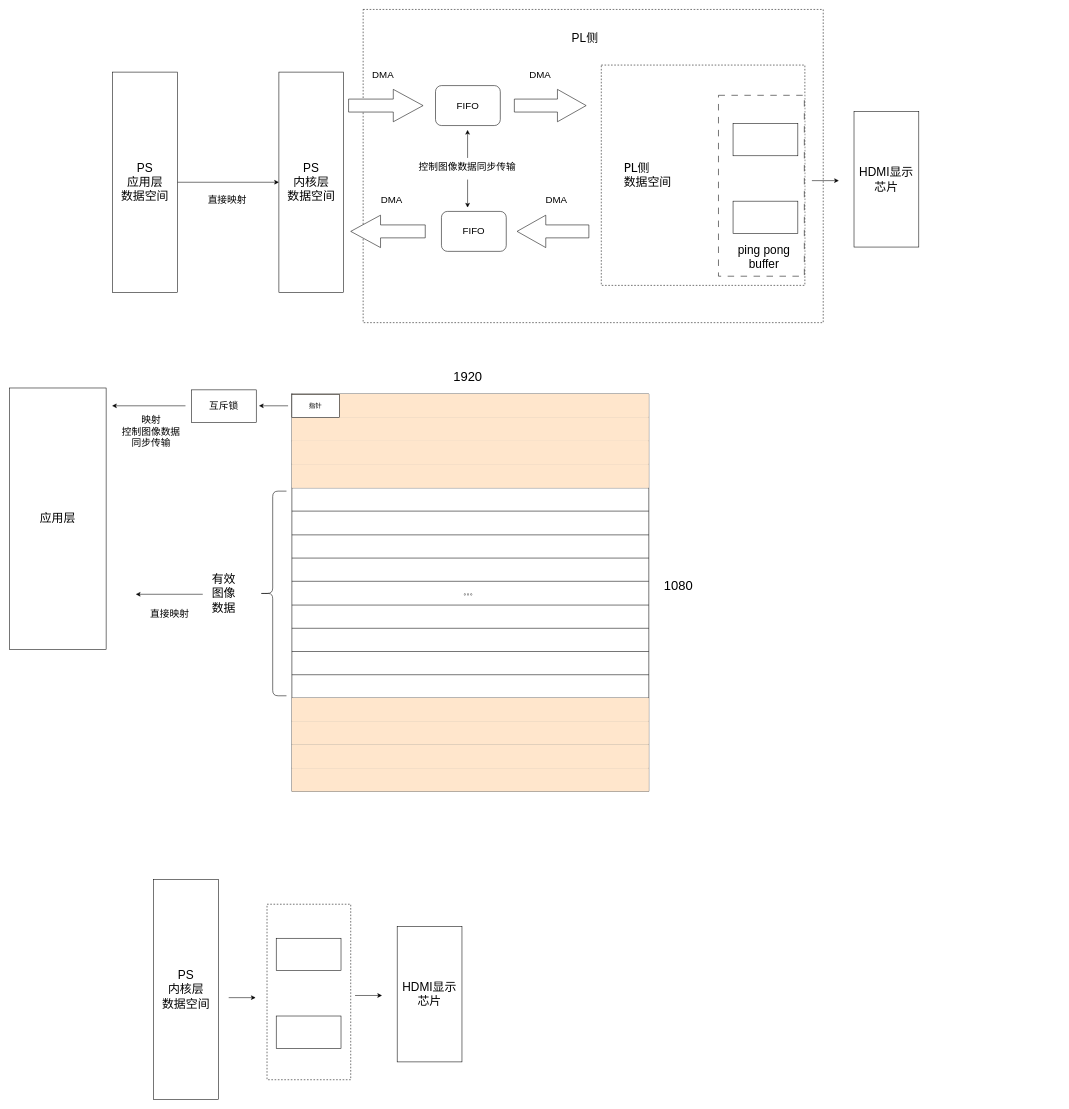
Before: HDMI专利方案.drawio in chiti-liu/linux_study, a draw.io diagram. Source tidied: cells renumbered, new cells numbered last; positions are measured from the earlier drawing's top-left corner, leaving out a move shared by most shapes. Both pictures are drawn from the tidied source at 54%, with x=0, y=0 at pixel (9, 9).
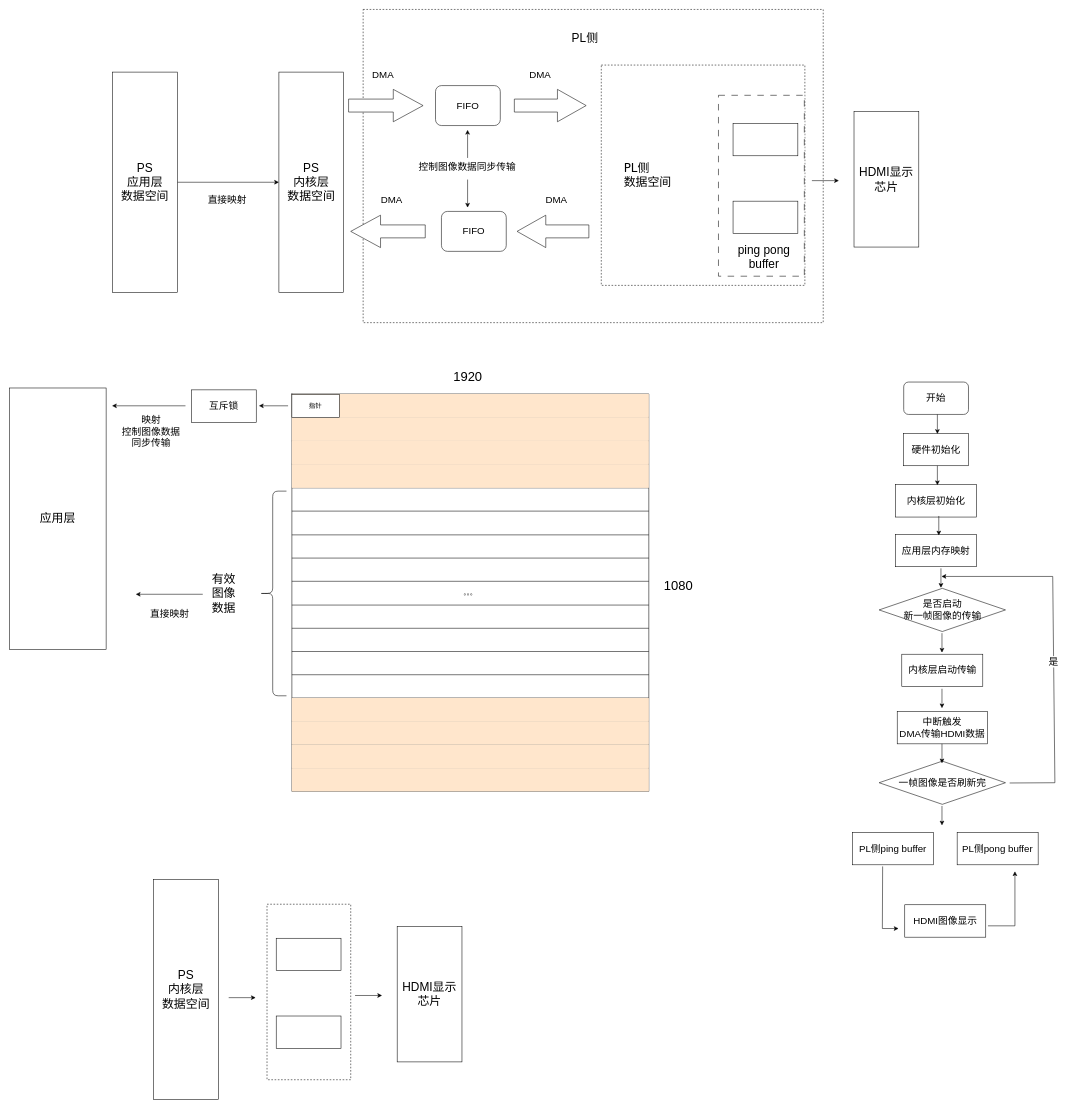
The same diagram, later.

Commit message:
更新HDMI专利方案.drawio

What changed in the source:
```diff
@@
+    <mxCell id="83" value="&lt;font style=&quot;font-size: 18px;&quot;&gt;开始&lt;/font&gt;" style="rounded=1;whiteSpace=wrap;html=1;" parent="1" vertex="1">
+      <mxGeometry x="1656" y="690" width="120" height="60" as="geometry" />
+    </mxCell>
+    <mxCell id="84" value="&lt;font style=&quot;font-size: 18px;&quot;&gt;硬件初始化&lt;/font&gt;" style="rounded=0;whiteSpace=wrap;html=1;" parent="1" vertex="1">
+      <mxGeometry x="1656" y="785" width="120" height="60" as="geometry" />
+    </mxCell>
+    <mxCell id="85" value="&lt;font style=&quot;font-size: 18px;&quot;&gt;应用层内存映射&lt;/font&gt;" style="rounded=0;whiteSpace=wrap;html=1;" parent="1" vertex="1">
+      <mxGeometry x="1641" y="972" width="150" height="60" as="geometry" />
+    </mxCell>
+    <mxCell id="86" value="&lt;font style=&quot;font-size: 18px;&quot;&gt;内核层初始化&lt;/font&gt;" style="rounded=0;whiteSpace=wrap;html=1;" parent="1" vertex="1">
+      <mxGeometry x="1641" y="880" width="150" height="60" as="geometry" />
+    </mxCell>
+    <mxCell id="87" value="&lt;font style=&quot;font-size: 18px;&quot;&gt;一帧图像是否刷新完&lt;/font&gt;" style="rhombus;whiteSpace=wrap;html=1;" parent="1" vertex="1">
+      <mxGeometry x="1610.5" y="1392" width="234" height="80" as="geometry" />
+    </mxCell>
+    <mxCell id="88" style="endArrow=classic;html=1;rounded=0;exitX=1.033;exitY=0.506;exitDx=0;exitDy=0;exitPerimeter=0;" parent="1" edge="1" source="87">
+      <mxGeometry relative="1" as="geometry">
+        <mxPoint x="1726" y="1050" as="targetPoint" />
+        <Array as="points">
+          <mxPoint x="1936" y="1432" />
+          <mxPoint x="1932" y="1050" />
+        </Array>
+      </mxGeometry>
+    </mxCell>
+    <mxCell id="89" value="是" style="edgeLabel;html=1;align=center;verticalAlign=middle;fontSize=18;" parent="88" vertex="1">
+      <mxGeometry x="-0.08" y="1" relative="1" as="geometry">
+        <mxPoint y="1" as="offset" />
+      </mxGeometry>
+    </mxCell>
+    <mxCell id="90" value="&lt;font style=&quot;font-size: 18px;&quot;&gt;内核层启动传输&lt;/font&gt;" style="rounded=0;whiteSpace=wrap;html=1;" parent="1" vertex="1">
+      <mxGeometry x="1652.5" y="1194" width="150" height="60" as="geometry" />
+    </mxCell>
+    <mxCell id="91" value="&lt;font style=&quot;font-size: 18px;&quot;&gt;是否启动&lt;/font&gt;&lt;div&gt;&lt;font style=&quot;font-size: 18px;&quot;&gt;新一帧图像的传输&lt;/font&gt;&lt;/div&gt;" style="rhombus;whiteSpace=wrap;html=1;" parent="1" vertex="1">
+      <mxGeometry x="1610.5" y="1072" width="234" height="80" as="geometry" />
+    </mxCell>
+    <mxCell id="92" style="endArrow=classic;html=1;rounded=0;" parent="1" edge="1">
+      <mxGeometry relative="1" as="geometry">
+        <mxPoint x="1718.4" y="750" as="sourcePoint" />
+        <mxPoint x="1718.4" y="786" as="targetPoint" />
+      </mxGeometry>
+    </mxCell>
+    <mxCell id="93" value="&lt;font style=&quot;font-size: 18px;&quot;&gt;中断触发&lt;/font&gt;&lt;div&gt;&lt;font style=&quot;font-size: 18px;&quot;&gt;DMA传输HDMI数据&lt;br&gt;&lt;/font&gt;&lt;/div&gt;" style="rounded=0;whiteSpace=wrap;html=1;" parent="1" vertex="1">
+      <mxGeometry x="1644" y="1300" width="167" height="60" as="geometry" />
+    </mxCell>
+    <mxCell id="94" value="&lt;font style=&quot;font-size: 18px;&quot;&gt;PL侧ping buffer&lt;/font&gt;" style="rounded=0;whiteSpace=wrap;html=1;" parent="1" vertex="1">
+      <mxGeometry x="1561" y="1524" width="150" height="60" as="geometry" />
+    </mxCell>
+    <mxCell id="95" style="endArrow=classic;html=1;rounded=0;" parent="1" edge="1">
+      <mxGeometry relative="1" as="geometry">
+        <mxPoint x="1718.4" y="845" as="sourcePoint" />
+        <mxPoint x="1718.4" y="881" as="targetPoint" />
+      </mxGeometry>
+    </mxCell>
+    <mxCell id="96" style="endArrow=classic;html=1;rounded=0;" parent="1" edge="1">
+      <mxGeometry relative="1" as="geometry">
+        <mxPoint x="1721" y="938" as="sourcePoint" />
+        <mxPoint x="1721" y="974" as="targetPoint" />
+      </mxGeometry>
+    </mxCell>
+    <mxCell id="97" style="endArrow=classic;html=1;rounded=0;" parent="1" edge="1">
+      <mxGeometry relative="1" as="geometry">
+        <mxPoint x="1725" y="1035" as="sourcePoint" />
+        <mxPoint x="1725" y="1071" as="targetPoint" />
+      </mxGeometry>
+    </mxCell>
+    <mxCell id="98" style="endArrow=classic;html=1;rounded=0;" parent="1" edge="1">
+      <mxGeometry relative="1" as="geometry">
+        <mxPoint x="1726.9" y="1155" as="sourcePoint" />
+        <mxPoint x="1726.9" y="1191" as="targetPoint" />
+      </mxGeometry>
+    </mxCell>
+    <mxCell id="99" style="endArrow=classic;html=1;rounded=0;" parent="1" edge="1">
+      <mxGeometry relative="1" as="geometry">
+        <mxPoint x="1726.9" y="1258" as="sourcePoint" />
+        <mxPoint x="1726.9" y="1294" as="targetPoint" />
+      </mxGeometry>
+    </mxCell>
+    <mxCell id="100" style="endArrow=classic;html=1;rounded=0;" parent="1" edge="1">
+      <mxGeometry relative="1" as="geometry">
+        <mxPoint x="1726.9" y="1360" as="sourcePoint" />
+        <mxPoint x="1726.9" y="1396" as="targetPoint" />
+      </mxGeometry>
+    </mxCell>
+    <mxCell id="101" value="&lt;font style=&quot;font-size: 18px;&quot;&gt;HDMI图像显示&lt;/font&gt;" style="rounded=0;whiteSpace=wrap;html=1;" parent="1" vertex="1">
+      <mxGeometry x="1658" y="1658" width="150" height="60" as="geometry" />
+    </mxCell>
+    <mxCell id="102" value="&lt;font style=&quot;font-size: 18px;&quot;&gt;PL侧pong buffer&lt;/font&gt;" style="rounded=0;whiteSpace=wrap;html=1;" parent="1" vertex="1">
+      <mxGeometry x="1755" y="1524" width="150" height="60" as="geometry" />
+    </mxCell>
+    <mxCell id="103" style="endArrow=classic;html=1;rounded=0;" parent="1" edge="1">
+      <mxGeometry relative="1" as="geometry">
+        <mxPoint x="1617" y="1587" as="sourcePoint" />
+        <mxPoint x="1646.5" y="1702" as="targetPoint" />
+        <Array as="points">
+          <mxPoint x="1616.5" y="1702" />
+        </Array>
+      </mxGeometry>
+    </mxCell>
+    <mxCell id="104" style="endArrow=classic;html=1;rounded=0;" parent="1" edge="1">
+      <mxGeometry relative="1" as="geometry">
+        <mxPoint x="1812" y="1697" as="sourcePoint" />
+        <mxPoint x="1862" y="1596" as="targetPoint" />
+        <Array as="points">
+          <mxPoint x="1862" y="1697" />
+        </Array>
+      </mxGeometry>
+    </mxCell>
+    <mxCell id="105" style="endArrow=classic;html=1;rounded=0;" parent="1" edge="1">
+      <mxGeometry relative="1" as="geometry">
+        <mxPoint x="1726.9" y="1475" as="sourcePoint" />
+        <mxPoint x="1726.9" y="1511" as="targetPoint" />
+      </mxGeometry>
+    </mxCell>
```
